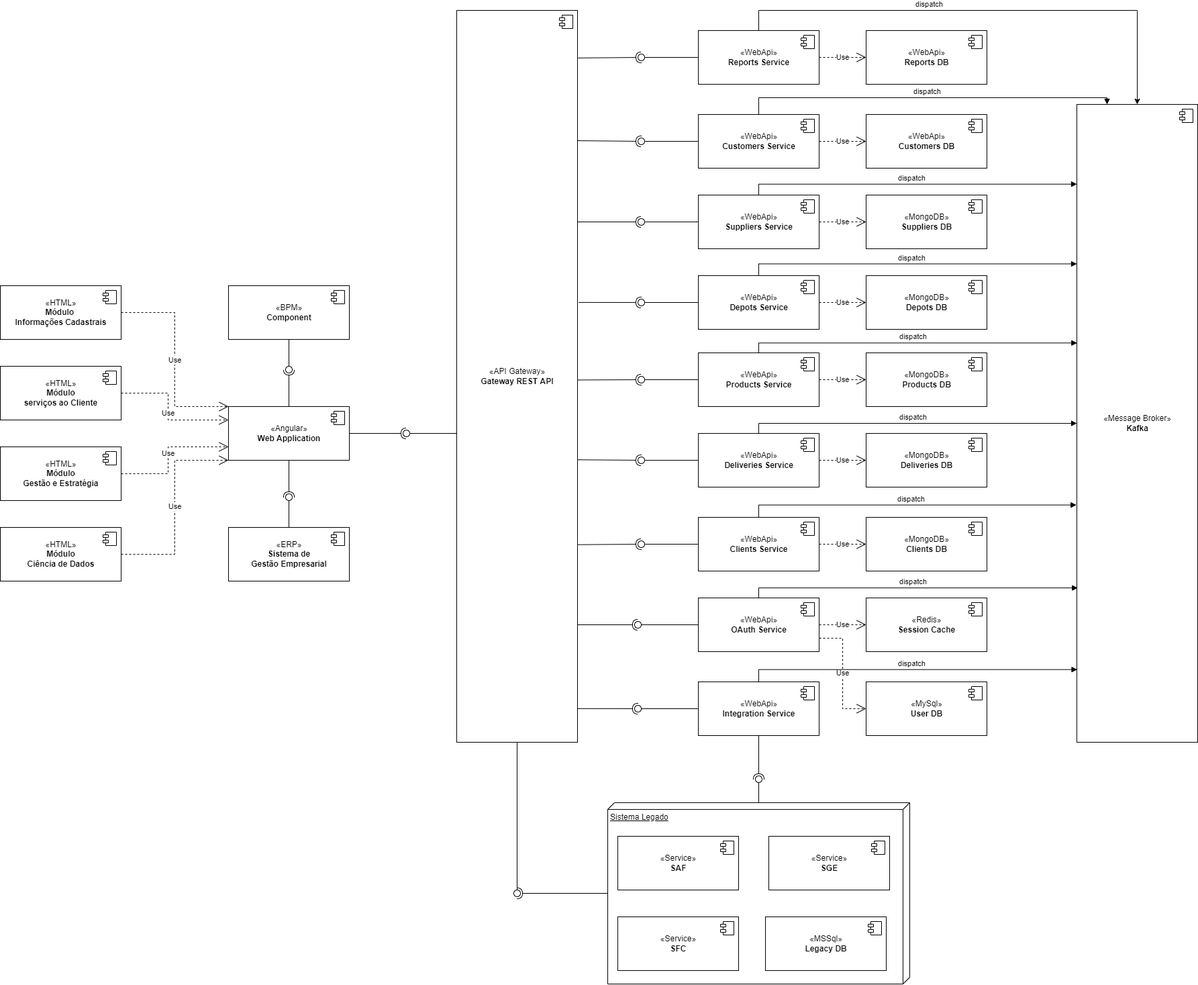
Earlier version of the draw.io export project/diagrams/component-diagrams/png/system-components.png (bitols/logistics-services-management). Source tidied: cells renumbered, new cells last; positions are measured from the earlier drawing's top-left corner, leaving out a move shared by most shapes.
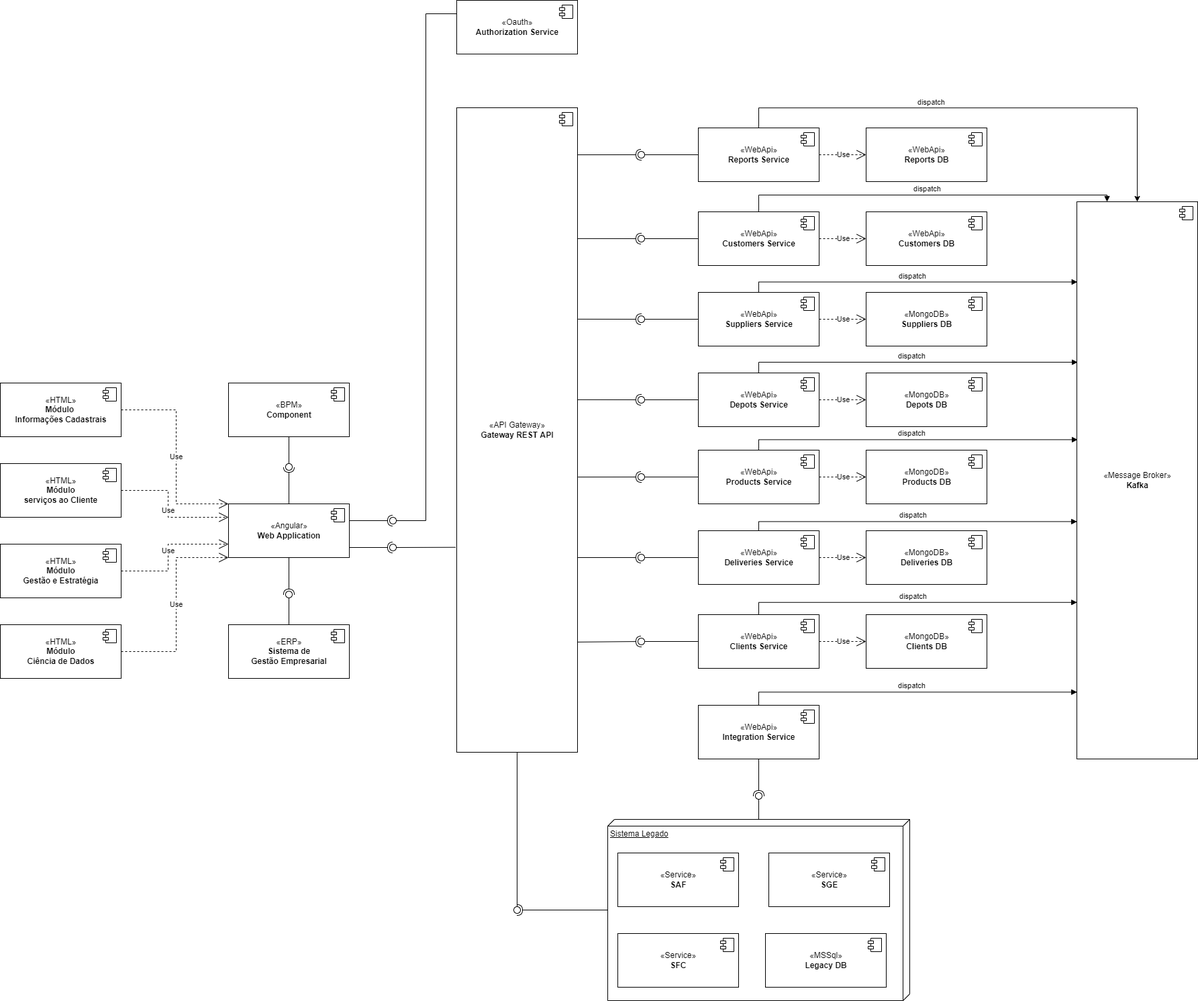
Above is the later version.

Commit message:
ajustes em relação a oauth

Diff of the diagram source:
```diff
@@ -5,3 +5,3 @@
     <mxCell id="2" value="«API Gateway»&lt;br&gt;&lt;b&gt;Gateway REST API&lt;/b&gt;" style="html=1;" parent="1" vertex="1">
-      <mxGeometry x="680" width="180" height="1090" as="geometry" />
+      <mxGeometry x="680" width="180" height="960" as="geometry" />
     </mxCell>
@@ -152,13 +152,2 @@
     </mxCell>
-    <mxCell id="40" style="rounded=0;jettySize=auto;html=1;endArrow=none;endFill=0;sketch=0;sourcePerimeterSpacing=0;targetPerimeterSpacing=0;" parent="1" edge="1" target="42">
-      <mxGeometry relative="1" as="geometry">
-        <mxPoint x="680" y="630" as="sourcePoint" />
-      </mxGeometry>
-    </mxCell>
-    <mxCell id="41" style="rounded=0;jettySize=auto;html=1;endArrow=halfCircle;endFill=0;entryX=0.5;entryY=0.5;endSize=6;strokeWidth=1;sketch=0;exitX=1;exitY=0.5;exitDx=0;exitDy=0;" parent="1" edge="1" source="25" target="42">
-      <mxGeometry relative="1" as="geometry" />
-    </mxCell>
-    <mxCell id="42" style="ellipse;whiteSpace=wrap;html=1;align=center;points=[];outlineConnect=0;sketch=0;" parent="1" vertex="1">
-      <mxGeometry x="600" y="625" width="10" height="10" as="geometry" />
-    </mxCell>
     <mxCell id="43" value="«WebApi»&lt;br&gt;&lt;b&gt;Clients Service&lt;/b&gt;" style="html=1;" parent="1" vertex="1">
@@ -172,3 +161,3 @@
     <mxCell id="45" value="«WebApi»&lt;br&gt;&lt;b&gt;Integration Service&lt;/b&gt;" style="html=1;" parent="1" vertex="1">
-      <mxGeometry x="1040" y="1000" width="180" height="80" as="geometry" />
+      <mxGeometry x="1040" y="890" width="180" height="80" as="geometry" />
     </mxCell>
@@ -179,10 +168,2 @@
     </mxCell>
-    <mxCell id="47" value="«WebApi»&lt;br&gt;&lt;b&gt;OAuth Service&lt;/b&gt;" style="html=1;" parent="1" vertex="1">
-      <mxGeometry x="1040" y="875" width="180" height="80" as="geometry" />
-    </mxCell>
-    <mxCell id="48" style="shape=module;jettyWidth=8;jettyHeight=4;" parent="47" vertex="1">
-      <mxGeometry x="1" width="20" height="20" relative="1" as="geometry">
-        <mxPoint x="-27" y="7" as="offset" />
-      </mxGeometry>
-    </mxCell>
     <mxCell id="49" style="rounded=0;jettySize=auto;html=1;endArrow=none;endFill=0;sketch=0;sourcePerimeterSpacing=0;targetPerimeterSpacing=0;exitX=0;exitY=0.5;exitDx=0;exitDy=0;" parent="1" edge="1" source="4" target="51">
@@ -190,3 +171,3 @@
     </mxCell>
-    <mxCell id="50" style="rounded=0;jettySize=auto;html=1;endArrow=halfCircle;endFill=0;entryX=0.5;entryY=0.5;endSize=6;strokeWidth=1;sketch=0;exitX=0.998;exitY=0.178;exitDx=0;exitDy=0;exitPerimeter=0;" parent="1" edge="1" source="2" target="51">
+    <mxCell id="50" style="rounded=0;jettySize=auto;html=1;endArrow=halfCircle;endFill=0;entryX=0.5;entryY=0.5;endSize=6;strokeWidth=1;sketch=0;exitX=1.001;exitY=0.203;exitDx=0;exitDy=0;exitPerimeter=0;" parent="1" edge="1" source="2" target="51">
       <mxGeometry relative="1" as="geometry" />
@@ -199,6 +180,4 @@
     </mxCell>
-    <mxCell id="53" style="rounded=0;jettySize=auto;html=1;endArrow=halfCircle;endFill=0;entryX=0.5;entryY=0.5;endSize=6;strokeWidth=1;sketch=0;" parent="1" edge="1" target="54">
-      <mxGeometry relative="1" as="geometry">
-        <mxPoint x="860" y="315" as="sourcePoint" />
-      </mxGeometry>
+    <mxCell id="53" style="rounded=0;jettySize=auto;html=1;endArrow=halfCircle;endFill=0;entryX=0.5;entryY=0.5;endSize=6;strokeWidth=1;sketch=0;exitX=1.004;exitY=0.328;exitDx=0;exitDy=0;exitPerimeter=0;" parent="1" edge="1" source="2" target="54">
+      <mxGeometry relative="1" as="geometry" />
     </mxCell>
@@ -210,3 +189,3 @@
     </mxCell>
-    <mxCell id="56" style="rounded=0;jettySize=auto;html=1;endArrow=halfCircle;endFill=0;entryX=0.5;entryY=0.5;endSize=6;strokeWidth=1;sketch=0;exitX=1.01;exitY=0.399;exitDx=0;exitDy=0;exitPerimeter=0;" parent="1" edge="1" source="2" target="57">
+    <mxCell id="56" style="rounded=0;jettySize=auto;html=1;endArrow=halfCircle;endFill=0;entryX=0.5;entryY=0.5;endSize=6;strokeWidth=1;sketch=0;exitX=1;exitY=0.453;exitDx=0;exitDy=0;exitPerimeter=0;" parent="1" edge="1" source="2" target="57">
       <mxGeometry relative="1" as="geometry" />
@@ -219,3 +198,3 @@
     </mxCell>
-    <mxCell id="59" style="rounded=0;jettySize=auto;html=1;endArrow=halfCircle;endFill=0;entryX=0.5;entryY=0.5;endSize=6;strokeWidth=1;sketch=0;exitX=0.999;exitY=0.505;exitDx=0;exitDy=0;exitPerimeter=0;" parent="1" edge="1" source="2" target="60">
+    <mxCell id="59" style="rounded=0;jettySize=auto;html=1;endArrow=halfCircle;endFill=0;entryX=0.5;entryY=0.5;endSize=6;strokeWidth=1;sketch=0;exitX=1.004;exitY=0.573;exitDx=0;exitDy=0;exitPerimeter=0;" parent="1" edge="1" source="2" target="60">
       <mxGeometry relative="1" as="geometry" />
@@ -228,4 +207,6 @@
     </mxCell>
-    <mxCell id="62" style="rounded=0;jettySize=auto;html=1;endArrow=halfCircle;endFill=0;entryX=0.5;entryY=0.5;endSize=6;strokeWidth=1;sketch=0;exitX=1.001;exitY=0.614;exitDx=0;exitDy=0;exitPerimeter=0;" parent="1" edge="1" source="2" target="63">
-      <mxGeometry relative="1" as="geometry" />
+    <mxCell id="62" style="rounded=0;jettySize=auto;html=1;endArrow=halfCircle;endFill=0;entryX=0.5;entryY=0.5;endSize=6;strokeWidth=1;sketch=0;" parent="1" edge="1" target="63">
+      <mxGeometry relative="1" as="geometry">
+        <mxPoint x="860" y="670" as="sourcePoint" />
+      </mxGeometry>
     </mxCell>
@@ -237,3 +218,3 @@
     </mxCell>
-    <mxCell id="65" style="rounded=0;jettySize=auto;html=1;endArrow=halfCircle;endFill=0;entryX=0.5;entryY=0.5;endSize=6;strokeWidth=1;sketch=0;exitX=0.998;exitY=0.73;exitDx=0;exitDy=0;exitPerimeter=0;" parent="1" edge="1" source="2" target="66">
+    <mxCell id="65" style="rounded=0;jettySize=auto;html=1;endArrow=halfCircle;endFill=0;entryX=0.5;entryY=0.5;endSize=6;strokeWidth=1;sketch=0;exitX=1.002;exitY=0.829;exitDx=0;exitDy=0;exitPerimeter=0;" parent="1" edge="1" source="2" target="66">
       <mxGeometry relative="1" as="geometry" />
@@ -243,30 +224,2 @@
     </mxCell>
-    <mxCell id="67" style="rounded=0;jettySize=auto;html=1;endArrow=none;endFill=0;sketch=0;sourcePerimeterSpacing=0;targetPerimeterSpacing=0;exitX=0;exitY=0.5;exitDx=0;exitDy=0;" parent="1" edge="1" source="47" target="68">
-      <mxGeometry relative="1" as="geometry" />
-    </mxCell>
-    <mxCell id="68" style="ellipse;whiteSpace=wrap;html=1;align=center;points=[];outlineConnect=0;sketch=0;" parent="1" vertex="1">
-      <mxGeometry x="945" y="910" width="10" height="10" as="geometry" />
-    </mxCell>
-    <mxCell id="69" value="«Redis»&lt;br&gt;&lt;b&gt;Session Cache&lt;/b&gt;" style="html=1;" parent="1" vertex="1">
-      <mxGeometry x="1290" y="875" width="180" height="80" as="geometry" />
-    </mxCell>
-    <mxCell id="70" style="shape=module;jettyWidth=8;jettyHeight=4;" parent="69" vertex="1">
-      <mxGeometry x="1" width="20" height="20" relative="1" as="geometry">
-        <mxPoint x="-27" y="7" as="offset" />
-      </mxGeometry>
-    </mxCell>
-    <mxCell id="71" value="«MySql»&lt;br&gt;&lt;b&gt;User DB&lt;/b&gt;" style="html=1;" parent="1" vertex="1">
-      <mxGeometry x="1290" y="1000" width="180" height="80" as="geometry" />
-    </mxCell>
-    <mxCell id="72" style="shape=module;jettyWidth=8;jettyHeight=4;" parent="71" vertex="1">
-      <mxGeometry x="1" width="20" height="20" relative="1" as="geometry">
-        <mxPoint x="-27" y="7" as="offset" />
-      </mxGeometry>
-    </mxCell>
-    <mxCell id="73" value="Use" style="endArrow=open;endSize=12;dashed=1;html=1;rounded=0;exitX=1;exitY=0.5;exitDx=0;exitDy=0;entryX=0;entryY=0.5;entryDx=0;entryDy=0;" parent="1" edge="1" source="47" target="69">
-      <mxGeometry relative="1" as="geometry" />
-    </mxCell>
-    <mxCell id="74" value="Use" style="endArrow=open;endSize=12;dashed=1;html=1;rounded=0;exitX=1;exitY=0.75;exitDx=0;exitDy=0;entryX=0;entryY=0.5;entryDx=0;entryDy=0;edgeStyle=elbowEdgeStyle;" parent="1" edge="1" source="47" target="71">
-      <mxGeometry relative="1" as="geometry" />
-    </mxCell>
     <mxCell id="75" value="«MongoDB»&lt;br&gt;&lt;b&gt;Products DB&lt;/b&gt;" style="html=1;" parent="1" vertex="1">
@@ -320,3 +273,3 @@
     <mxCell id="87" value="«Message Broker»&lt;br&gt;&lt;b&gt;Kafka&lt;/b&gt;" style="html=1;" parent="1" vertex="1">
-      <mxGeometry x="1604" y="140" width="180" height="950" as="geometry" />
+      <mxGeometry x="1604" y="140" width="180" height="830" as="geometry" />
     </mxCell>
@@ -327,10 +280,3 @@
     </mxCell>
-    <mxCell id="89" value="dispatch" style="html=1;verticalAlign=bottom;endArrow=block;rounded=0;exitX=0.5;exitY=0;exitDx=0;exitDy=0;edgeStyle=elbowEdgeStyle;entryX=0.007;entryY=0.758;entryDx=0;entryDy=0;entryPerimeter=0;" parent="1" edge="1" source="47" target="87">
-      <mxGeometry relative="1" as="geometry">
-        <Array as="points">
-          <mxPoint x="1130" y="860" />
-        </Array>
-      </mxGeometry>
-    </mxCell>
-    <mxCell id="90" value="dispatch" style="html=1;verticalAlign=bottom;endArrow=block;rounded=0;exitX=0.5;exitY=0;exitDx=0;exitDy=0;entryX=0.003;entryY=0.886;entryDx=0;entryDy=0;entryPerimeter=0;edgeStyle=elbowEdgeStyle;" parent="1" edge="1" source="45" target="87">
+    <mxCell id="90" value="dispatch" style="html=1;verticalAlign=bottom;endArrow=block;rounded=0;exitX=0.5;exitY=0;exitDx=0;exitDy=0;edgeStyle=elbowEdgeStyle;entryX=0.001;entryY=0.88;entryDx=0;entryDy=0;entryPerimeter=0;" parent="1" edge="1" source="45" target="87">
       <mxGeometry relative="1" as="geometry">
@@ -344,3 +290,3 @@
     </mxCell>
-    <mxCell id="92" value="dispatch" style="html=1;verticalAlign=bottom;endArrow=block;rounded=0;exitX=0.5;exitY=0;exitDx=0;exitDy=0;entryX=-0.004;entryY=0.628;entryDx=0;entryDy=0;entryPerimeter=0;edgeStyle=elbowEdgeStyle;" parent="1" edge="1" source="43" target="87">
+    <mxCell id="92" value="dispatch" style="html=1;verticalAlign=bottom;endArrow=block;rounded=0;exitX=0.5;exitY=0;exitDx=0;exitDy=0;edgeStyle=elbowEdgeStyle;entryX=0.001;entryY=0.719;entryDx=0;entryDy=0;entryPerimeter=0;" parent="1" edge="1" source="43" target="87">
       <mxGeometry relative="1" as="geometry">
@@ -354,3 +300,3 @@
     </mxCell>
-    <mxCell id="94" value="dispatch" style="html=1;verticalAlign=bottom;endArrow=block;rounded=0;exitX=0.5;exitY=0;exitDx=0;exitDy=0;entryX=0;entryY=0.5;entryDx=0;entryDy=0;edgeStyle=elbowEdgeStyle;" parent="1" edge="1" source="12" target="87">
+    <mxCell id="94" value="dispatch" style="html=1;verticalAlign=bottom;endArrow=block;rounded=0;exitX=0.5;exitY=0;exitDx=0;exitDy=0;edgeStyle=elbowEdgeStyle;entryX=0.001;entryY=0.574;entryDx=0;entryDy=0;entryPerimeter=0;" parent="1" edge="1" source="12" target="87">
       <mxGeometry relative="1" as="geometry">
@@ -364,3 +310,3 @@
     </mxCell>
-    <mxCell id="96" value="dispatch" style="html=1;verticalAlign=bottom;endArrow=block;rounded=0;exitX=0.5;exitY=0;exitDx=0;exitDy=0;edgeStyle=elbowEdgeStyle;entryX=0.002;entryY=0.374;entryDx=0;entryDy=0;entryPerimeter=0;" parent="1" edge="1" source="10" target="87">
+    <mxCell id="96" value="dispatch" style="html=1;verticalAlign=bottom;endArrow=block;rounded=0;exitX=0.5;exitY=0;exitDx=0;exitDy=0;edgeStyle=elbowEdgeStyle;entryX=0.006;entryY=0.427;entryDx=0;entryDy=0;entryPerimeter=0;" parent="1" edge="1" source="10" target="87">
       <mxGeometry relative="1" as="geometry">
@@ -374,3 +320,3 @@
     </mxCell>
-    <mxCell id="98" value="dispatch" style="html=1;verticalAlign=bottom;endArrow=block;rounded=0;exitX=0.5;exitY=0;exitDx=0;exitDy=0;entryX=0;entryY=0.25;entryDx=0;entryDy=0;edgeStyle=elbowEdgeStyle;" parent="1" edge="1" source="8" target="87">
+    <mxCell id="98" value="dispatch" style="html=1;verticalAlign=bottom;endArrow=block;rounded=0;exitX=0.5;exitY=0;exitDx=0;exitDy=0;edgeStyle=elbowEdgeStyle;entryX=0.006;entryY=0.288;entryDx=0;entryDy=0;entryPerimeter=0;" parent="1" edge="1" source="8" target="87">
       <mxGeometry relative="1" as="geometry">
@@ -384,3 +330,3 @@
     </mxCell>
-    <mxCell id="100" value="dispatch" style="html=1;verticalAlign=bottom;endArrow=block;rounded=0;exitX=0.5;exitY=0;exitDx=0;exitDy=0;entryX=0;entryY=0.125;entryDx=0;entryDy=0;entryPerimeter=0;edgeStyle=elbowEdgeStyle;" parent="1" edge="1" source="6" target="87">
+    <mxCell id="100" value="dispatch" style="html=1;verticalAlign=bottom;endArrow=block;rounded=0;exitX=0.5;exitY=0;exitDx=0;exitDy=0;edgeStyle=elbowEdgeStyle;entryX=0.004;entryY=0.144;entryDx=0;entryDy=0;entryPerimeter=0;" parent="1" edge="1" source="6" target="87">
       <mxGeometry relative="1" as="geometry">
@@ -409,6 +355,6 @@
     <mxCell id="105" style="ellipse;whiteSpace=wrap;html=1;align=center;points=[];outlineConnect=0;sketch=0;" parent="1" vertex="1">
-      <mxGeometry x="1125" y="1140" width="10" height="10" as="geometry" />
+      <mxGeometry x="1125" y="1020" width="10" height="10" as="geometry" />
     </mxCell>
     <mxCell id="106" style="group;" parent="1" vertex="1">
-      <mxGeometry x="905" y="1180" width="450" height="270" as="geometry" />
+      <mxGeometry x="905" y="1060" width="450" height="270" as="geometry" />
     </mxCell>
@@ -449,7 +395,2 @@
     </mxCell>
-    <mxCell id="116" style="rounded=0;jettySize=auto;html=1;endArrow=halfCircle;endFill=0;entryX=0.5;entryY=0.5;endSize=6;strokeWidth=1;sketch=0;" parent="1" edge="1" target="68">
-      <mxGeometry relative="1" as="geometry">
-        <mxPoint x="860" y="915" as="sourcePoint" />
-      </mxGeometry>
-    </mxCell>
     <mxCell id="117" style="rounded=0;jettySize=auto;html=1;endArrow=none;endFill=0;sketch=0;sourcePerimeterSpacing=0;targetPerimeterSpacing=0;exitX=0.5;exitY=1;exitDx=0;exitDy=0;" parent="1" edge="1" source="2" target="119">
@@ -461,13 +402,4 @@
     <mxCell id="119" style="ellipse;whiteSpace=wrap;html=1;align=center;points=[];outlineConnect=0;sketch=0;" parent="1" vertex="1">
-      <mxGeometry x="765" y="1310" width="10" height="10" as="geometry" />
+      <mxGeometry x="765" y="1190" width="10" height="10" as="geometry" />
     </mxCell>
-    <mxCell id="120" style="rounded=0;jettySize=auto;html=1;endArrow=none;endFill=0;sketch=0;sourcePerimeterSpacing=0;targetPerimeterSpacing=0;exitX=0;exitY=0.5;exitDx=0;exitDy=0;" parent="1" edge="1" source="45" target="122">
-      <mxGeometry relative="1" as="geometry" />
-    </mxCell>
-    <mxCell id="121" style="rounded=0;jettySize=auto;html=1;endArrow=halfCircle;endFill=0;entryX=0.5;entryY=0.5;endSize=6;strokeWidth=1;sketch=0;exitX=0.998;exitY=0.954;exitDx=0;exitDy=0;exitPerimeter=0;" parent="1" edge="1" source="2" target="122">
-      <mxGeometry relative="1" as="geometry" />
-    </mxCell>
-    <mxCell id="122" style="ellipse;whiteSpace=wrap;html=1;align=center;points=[];outlineConnect=0;sketch=0;" parent="1" vertex="1">
-      <mxGeometry x="945" y="1035" width="10" height="10" as="geometry" />
-    </mxCell>
     <mxCell id="123" style="edgeStyle=orthogonalEdgeStyle;rounded=0;jettySize=auto;html=1;entryX=0.5;entryY=0;entryDx=0;entryDy=0;" parent="1" edge="1" source="125" target="87">
@@ -507,3 +439,3 @@
     </mxCell>
-    <mxCell id="131" style="rounded=0;jettySize=auto;html=1;endArrow=halfCircle;endFill=0;entryX=0.5;entryY=0.5;endSize=6;strokeWidth=1;sketch=0;exitX=1.005;exitY=0.065;exitDx=0;exitDy=0;exitPerimeter=0;" parent="1" edge="1" source="2" target="132">
+    <mxCell id="131" style="rounded=0;jettySize=auto;html=1;endArrow=halfCircle;endFill=0;entryX=0.5;entryY=0.5;endSize=6;strokeWidth=1;sketch=0;exitX=1.002;exitY=0.073;exitDx=0;exitDy=0;exitPerimeter=0;" parent="1" edge="1" source="2" target="132">
       <mxGeometry relative="1" as="geometry" />
@@ -513,2 +445,30 @@
     </mxCell>
+    <mxCell id="133" value="«Oauth»&lt;br&gt;&lt;b&gt;Authorization Service&lt;/b&gt;" style="html=1;" parent="1" vertex="1">
+      <mxGeometry x="680" y="-160" width="180" height="80" as="geometry" />
+    </mxCell>
+    <mxCell id="134" style="shape=module;jettyWidth=8;jettyHeight=4;" parent="133" vertex="1">
+      <mxGeometry x="1" width="20" height="20" relative="1" as="geometry">
+        <mxPoint x="-27" y="7" as="offset" />
+      </mxGeometry>
+    </mxCell>
+    <mxCell id="135" style="rounded=0;jettySize=auto;html=1;endArrow=none;endFill=0;sketch=0;sourcePerimeterSpacing=0;targetPerimeterSpacing=0;exitX=-0.01;exitY=0.682;exitDx=0;exitDy=0;exitPerimeter=0;" parent="1" edge="1" source="2" target="137">
+      <mxGeometry relative="1" as="geometry" />
+    </mxCell>
+    <mxCell id="136" style="rounded=0;jettySize=auto;html=1;endArrow=halfCircle;endFill=0;entryX=0.5;entryY=0.5;endSize=6;strokeWidth=1;sketch=0;" parent="1" edge="1" target="137">
+      <mxGeometry relative="1" as="geometry">
+        <mxPoint x="520" y="655" as="sourcePoint" />
+      </mxGeometry>
+    </mxCell>
+    <mxCell id="137" style="ellipse;whiteSpace=wrap;html=1;align=center;points=[];outlineConnect=0;sketch=0;" parent="1" vertex="1">
+      <mxGeometry x="580" y="650" width="10" height="10" as="geometry" />
+    </mxCell>
+    <mxCell id="138" style="rounded=0;jettySize=auto;html=1;endArrow=none;endFill=0;sketch=0;sourcePerimeterSpacing=0;targetPerimeterSpacing=0;exitX=0;exitY=0.25;exitDx=0;exitDy=0;edgeStyle=elbowEdgeStyle;" parent="1" edge="1" source="133" target="140">
+      <mxGeometry relative="1" as="geometry" />
+    </mxCell>
+    <mxCell id="139" style="rounded=0;jettySize=auto;html=1;endArrow=halfCircle;endFill=0;entryX=0.5;entryY=0.5;endSize=6;strokeWidth=1;sketch=0;exitX=1.001;exitY=0.312;exitDx=0;exitDy=0;exitPerimeter=0;" parent="1" edge="1" source="25" target="140">
+      <mxGeometry relative="1" as="geometry" />
+    </mxCell>
+    <mxCell id="140" style="ellipse;whiteSpace=wrap;html=1;align=center;points=[];outlineConnect=0;sketch=0;" parent="1" vertex="1">
+      <mxGeometry x="580" y="610" width="10" height="10" as="geometry" />
+    </mxCell>
   </root>
```
